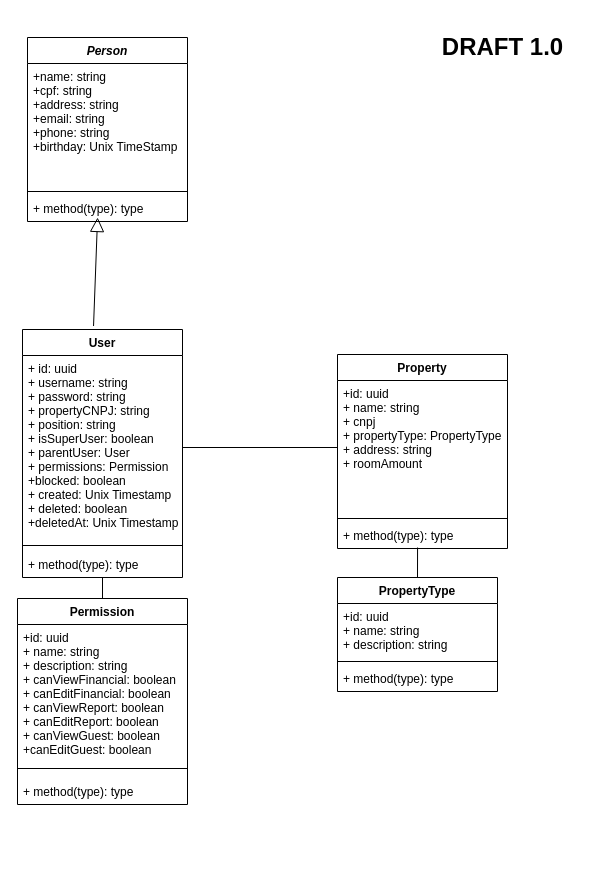
Before: Docs/UML/Class/Hostfy-class.drawio in gprpaes/IC819, a draw.io diagram. Source tidied: cells renumbered, new cells numbered last; positions are measured from the earlier drawing's top-left corner, leaving out a move shared by most shapes. Both pictures are drawn from the tidied source at 100%, with x=0, y=0 at pixel (17, 22).
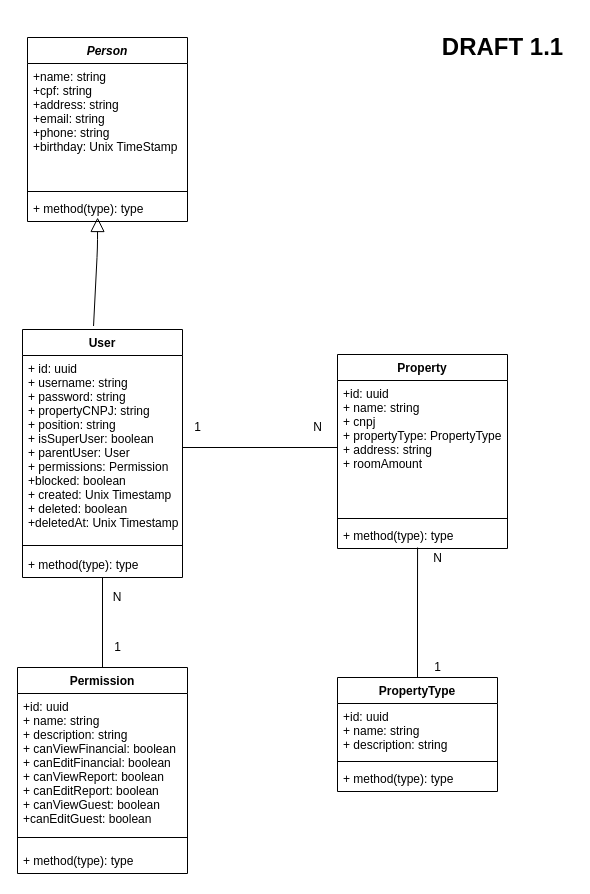
Above is the later version.

Commit message (it also covers changes not shown here):
added gitignore and Person Abstract class

Unchanged cells that the change refers to:
```xml
<mxCell id="6" value="+ method(type): type" style="text;strokeColor=none;fillColor=none;align=left;verticalAlign=top;spacingLeft=4;spacingRight=4;overflow=hidden;points=[[0,0.5],[1,0.5]];portConstraint=eastwest;" parent="3" vertex="1">
  <mxGeometry y="158" width="160" height="26" as="geometry" />
</mxCell>
<mxCell id="19" value="User" style="swimlane;fontStyle=1;align=center;verticalAlign=top;horizontal=1;startSize=26;" parent="1" vertex="1">
  <mxGeometry x="5" y="307" width="160" height="248" as="geometry" />
</mxCell>
```

Diff of the diagram source:
```diff
@@
     <mxCell id="2" style="endArrow=block;endFill=0;endSize=12;html=1;exitX=0.444;exitY=-0.014;exitDx=0;exitDy=0;exitPerimeter=0;entryX=0.438;entryY=0.846;entryDx=0;entryDy=0;entryPerimeter=0;" parent="1" edge="1" source="19" target="6">
-      <mxGeometry relative="1" as="geometry" />
+      <mxGeometry relative="1" as="geometry">
+        <Array as="points">
+          <mxPoint x="80" y="225" />
+        </Array>
+      </mxGeometry>
     </mxCell>
@@
     <mxCell id="9" value="PropertyType" style="swimlane;fontStyle=1;align=center;verticalAlign=top;horizontal=1;startSize=26;" parent="1" vertex="1">
-      <mxGeometry x="320" y="555" width="160" height="114" as="geometry" />
+      <mxGeometry x="320" y="655" width="160" height="114" as="geometry" />
     </mxCell>
@@
-    <mxCell id="13" value="&lt;h1&gt;DRAFT 1.0&lt;br&gt;&lt;/h1&gt;" style="text;html=1;align=center;verticalAlign=middle;" parent="1" vertex="1">
+    <mxCell id="13" value="&lt;h1&gt;DRAFT 1.1&lt;br&gt;&lt;/h1&gt;" style="text;html=1;align=center;verticalAlign=middle;" parent="1" vertex="1">
       <mxGeometry x="415" width="140" height="50" as="geometry" />
     </mxCell>
@@
     <mxCell id="23" value="Permission" style="swimlane;fontStyle=1;align=center;verticalAlign=top;horizontal=1;startSize=26;" parent="1" vertex="1">
-      <mxGeometry y="576" width="170" height="206" as="geometry" />
+      <mxGeometry y="645" width="170" height="206" as="geometry" />
     </mxCell>
@@
+    <mxCell id="27" value="1" style="text;html=1;align=center;verticalAlign=middle;" parent="1" vertex="1">
+      <mxGeometry x="170" y="395" width="20" height="20" as="geometry" />
+    </mxCell>
+    <mxCell id="28" value="N" style="text;html=1;align=center;verticalAlign=middle;" parent="1" vertex="1">
+      <mxGeometry x="290" y="395" width="20" height="20" as="geometry" />
+    </mxCell>
+    <mxCell id="29" value="1" style="text;html=1;align=center;verticalAlign=middle;" parent="1" vertex="1">
+      <mxGeometry x="410" y="635" width="20" height="20" as="geometry" />
+    </mxCell>
+    <mxCell id="30" value="N" style="text;html=1;align=center;verticalAlign=middle;" parent="1" vertex="1">
+      <mxGeometry x="410" y="526" width="20" height="20" as="geometry" />
+    </mxCell>
+    <mxCell id="31" value="1" style="text;html=1;align=center;verticalAlign=middle;" parent="1" vertex="1">
+      <mxGeometry x="90" y="615" width="20" height="20" as="geometry" />
+    </mxCell>
+    <mxCell id="32" value="N" style="text;html=1;strokeColor=none;fillColor=none;align=center;verticalAlign=middle;whiteSpace=wrap;rounded=0;" parent="1" vertex="1">
+      <mxGeometry x="80" y="565" width="40" height="20" as="geometry" />
+    </mxCell>
```
